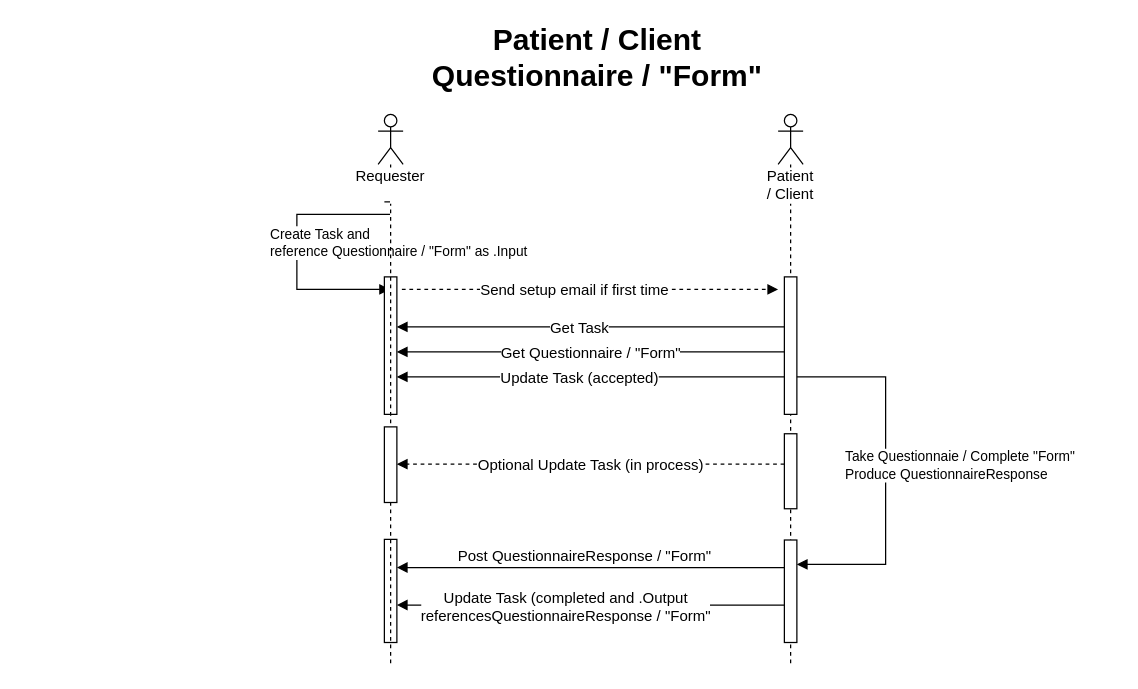
Above: Images Source/PatientQuestionnaire.drawio in HL7/fhir-sdoh-clinicalcare (draw.io), before the change. Source tidied: cells renumbered, new cells numbered last; positions are measured from the earlier drawing's top-left corner, leaving out a move shared by most shapes. Both pictures are drawn from the tidied source at 125%, with x=0, y=0 at pixel (265, 26). Pictures stored in the file or linked from it are replaced by grey dashed boxes.
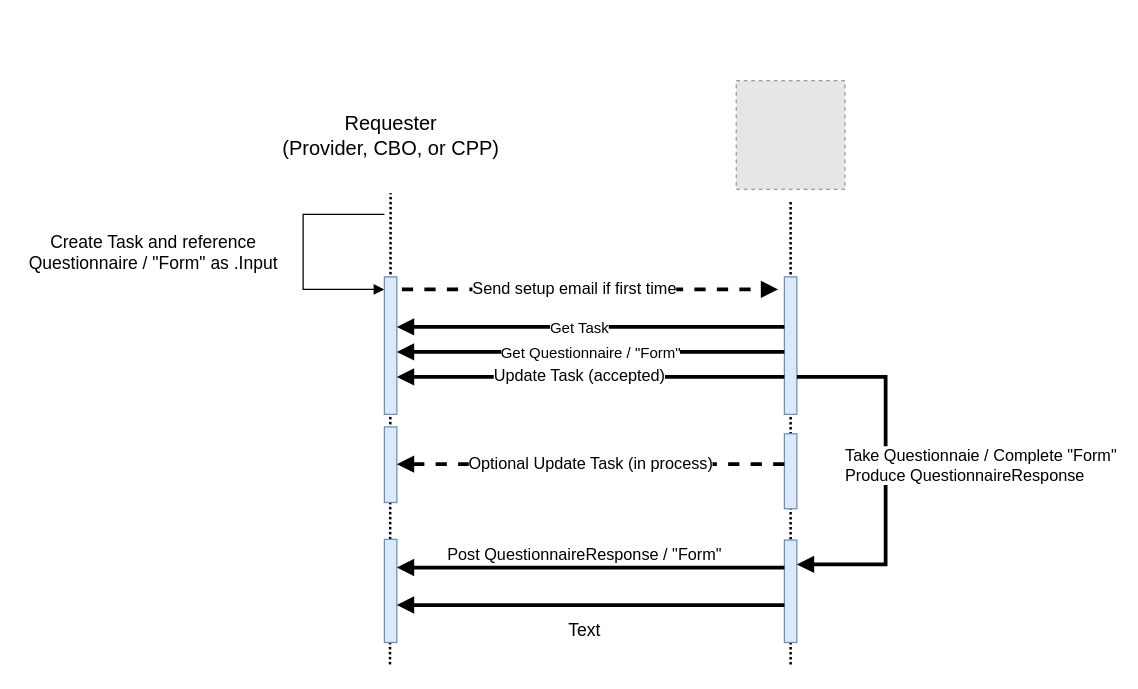
After the change.

The edit, as a diff of the source:
```diff
@@
-    <mxCell id="2" value="Patient / Client" style="shape=umlLifeline;participant=umlActor;perimeter=lifelinePerimeter;whiteSpace=wrap;html=1;verticalAlign=top;spacingTop=36;labelBackgroundColor=#ffffff;" parent="1" vertex="1">
-      <mxGeometry x="410" y="70" width="20" height="440" as="geometry" />
-    </mxCell>
-    <mxCell id="3" value="Patient / Client&lt;br&gt;Questionnaire / &quot;Form&quot;" style="text;strokeColor=none;fillColor=none;html=1;fontSize=24;fontStyle=1;verticalAlign=middle;align=center;" parent="1" vertex="1">
-      <mxGeometry width="530" height="50" as="geometry" />
-    </mxCell>
+    <mxCell id="21" style="endArrow=none;dashed=1;html=1;rounded=0;dashPattern=1 1;labelBackgroundColor=#FFFFFF;fontSize=16;strokeColor=#000000;strokeWidth=2;" parent="1" edge="1">
+      <mxGeometry relative="1" as="geometry">
+        <mxPoint x="420" y="510" as="sourcePoint" />
+        <mxPoint x="420" y="140" as="targetPoint" />
+      </mxGeometry>
+    </mxCell>
+    <mxCell id="22" style="endArrow=none;dashed=1;html=1;rounded=0;dashPattern=1 1;labelBackgroundColor=#FFFFFF;fontSize=16;strokeColor=#000000;strokeWidth=2;" parent="1" edge="1">
+      <mxGeometry relative="1" as="geometry">
+        <mxPoint x="99.5" y="510" as="sourcePoint" />
+        <mxPoint x="100" y="133" as="targetPoint" />
+      </mxGeometry>
+    </mxCell>
-    <mxCell id="4" value="Create Task and&lt;br&gt;reference Questionnaire / &quot;Form&quot; as .Input" style="edgeStyle=orthogonalEdgeStyle;html=1;align=left;spacingLeft=2;endArrow=block;rounded=0;startArrow=none;" parent="1" edge="1" source="14" target="14">
+    <mxCell id="4" style="edgeStyle=orthogonalEdgeStyle;html=1;align=left;spacingLeft=2;endArrow=block;rounded=0;startArrow=none;fontSize=12;" parent="1" edge="1">
       <mxGeometry x="-0.07" y="-25" relative="1" as="geometry">
+        <mxPoint x="95" y="150" as="sourcePoint" />
+        <mxPoint x="95" y="210" as="targetPoint" />
         <Array as="points">
-          <mxPoint x="25" y="150" />
-          <mxPoint x="25" y="210" />
+          <mxPoint x="30" y="150" />
+          <mxPoint x="30" y="210" />
         </Array>
       </mxGeometry>
     </mxCell>
-    <mxCell id="5" style="html=1;perimeter=orthogonalPerimeter;" parent="1" vertex="1">
+    <mxCell id="5" style="html=1;perimeter=orthogonalPerimeter;fillColor=#dae8fc;strokeColor=#6c8ebf;" parent="1" vertex="1">
       <mxGeometry x="95" y="200" width="10" height="110" as="geometry" />
     </mxCell>
-    <mxCell id="6" style="html=1;perimeter=orthogonalPerimeter;" parent="1" vertex="1">
+    <mxCell id="6" style="html=1;perimeter=orthogonalPerimeter;fillColor=#dae8fc;strokeColor=#6c8ebf;" parent="1" vertex="1">
       <mxGeometry x="415" y="200" width="10" height="110" as="geometry" />
     </mxCell>
-    <mxCell id="7" value="&lt;span style=&quot;font-size: 12px&quot;&gt;Send setup email if first time&lt;br&gt;&lt;/span&gt;" style="html=1;verticalAlign=bottom;endArrow=block;dashed=1;" parent="1" edge="1">
+    <mxCell id="7" value="&lt;span style=&quot;font-size: 13px;&quot;&gt;Send setup email if first time&lt;br style=&quot;font-size: 13px;&quot;&gt;&lt;/span&gt;" style="html=1;verticalAlign=bottom;endArrow=block;dashed=1;fontSize=13;strokeWidth=3;" parent="1" edge="1">
       <mxGeometry x="-0.08" y="-10" relative="1" as="geometry">
         <mxPoint x="109" y="210" as="sourcePoint" />
         <mxPoint x="410" y="210" as="targetPoint" />
       </mxGeometry>
     </mxCell>
-    <mxCell id="8" value="&lt;font style=&quot;font-size: 12px&quot;&gt;Get Questionnaire / &quot;Form&quot;&lt;br&gt;&lt;/font&gt;" style="html=1;verticalAlign=bottom;endArrow=block;" parent="1" edge="1">
+    <mxCell id="8" value="&lt;font style=&quot;font-size: 12px&quot;&gt;Get Questionnaire / &quot;Form&quot;&lt;br&gt;&lt;/font&gt;" style="html=1;verticalAlign=bottom;endArrow=block;strokeWidth=3;" parent="1" edge="1">
       <mxGeometry y="10" relative="1" as="geometry">
         <mxPoint x="415" y="260" as="sourcePoint" />
         <mxPoint x="105" y="260" as="targetPoint" />
         <Array as="points">
           <mxPoint x="260" y="260" />
         </Array>
       </mxGeometry>
     </mxCell>
-    <mxCell id="9" value="&lt;font style=&quot;font-size: 12px&quot;&gt;Update Task (accepted)&lt;/font&gt;" style="html=1;verticalAlign=bottom;endArrow=block;" parent="1" edge="1">
+    <mxCell id="9" value="&lt;font style=&quot;font-size: 13px;&quot;&gt;Update Task (accepted)&lt;/font&gt;" style="html=1;verticalAlign=bottom;endArrow=block;fontSize=13;strokeWidth=3;" parent="1" edge="1">
       <mxGeometry x="0.06" y="10" relative="1" as="geometry">
         <mxPoint x="415" y="280" as="sourcePoint" />
         <mxPoint x="105" y="280" as="targetPoint" />
       </mxGeometry>
     </mxCell>
-    <mxCell id="10" style="html=1;perimeter=orthogonalPerimeter;" parent="1" vertex="1">
+    <mxCell id="10" style="html=1;perimeter=orthogonalPerimeter;fillColor=#dae8fc;strokeColor=#6c8ebf;" parent="1" vertex="1">
       <mxGeometry x="415" y="410.5" width="10" height="82" as="geometry" />
     </mxCell>
-    <mxCell id="11" style="html=1;perimeter=orthogonalPerimeter;" parent="1" vertex="1">
+    <mxCell id="11" style="html=1;perimeter=orthogonalPerimeter;fillColor=#dae8fc;strokeColor=#6c8ebf;" parent="1" vertex="1">
       <mxGeometry x="95" y="410" width="10" height="82.5" as="geometry" />
     </mxCell>
-    <mxCell id="12" value="&lt;font style=&quot;font-size: 12px&quot;&gt;Post QuestionnaireResponse / &quot;Form&quot;&lt;/font&gt;" style="html=1;verticalAlign=bottom;endArrow=block;" parent="1" edge="1">
+    <mxCell id="12" value="&lt;font style=&quot;font-size: 13px;&quot;&gt;Post QuestionnaireResponse / &quot;Form&quot;&lt;/font&gt;" style="html=1;verticalAlign=bottom;endArrow=block;fontSize=13;strokeWidth=3;" parent="1" edge="1">
       <mxGeometry x="0.03" relative="1" as="geometry">
         <mxPoint x="415" y="432.5" as="sourcePoint" />
         <mxPoint x="105" y="432.5" as="targetPoint" />
       </mxGeometry>
     </mxCell>
-    <mxCell id="13" value="Take Questionnaie / Complete &quot;Form&quot;&lt;br&gt;Produce QuestionnaireResponse" style="edgeStyle=orthogonalEdgeStyle;html=1;align=left;spacingLeft=2;endArrow=block;rounded=0;" parent="1" edge="1">
+    <mxCell id="13" value="Take Questionnaie / Complete &quot;Form&quot;&lt;br style=&quot;font-size: 13px;&quot;&gt;Produce QuestionnaireResponse" style="edgeStyle=orthogonalEdgeStyle;html=1;align=left;spacingLeft=2;endArrow=block;rounded=0;fontSize=13;strokeWidth=3;" parent="1" edge="1">
       <mxGeometry x="-0.03" y="-36" relative="1" as="geometry">
         <mxPoint x="425" y="280" as="sourcePoint" />
         <mxPoint x="425" y="430" as="targetPoint" />
         <Array as="points">
           <mxPoint x="496" y="280" />
           <mxPoint x="496" y="430" />
           <mxPoint x="425" y="430" />
         </Array>
       </mxGeometry>
     </mxCell>
-    <mxCell id="14" value="&lt;div&gt;Requester&lt;/div&gt;&lt;div&gt;&lt;br&gt;&lt;/div&gt;" style="shape=umlLifeline;participant=umlActor;perimeter=lifelinePerimeter;whiteSpace=wrap;html=1;verticalAlign=top;spacingTop=36;labelBackgroundColor=#ffffff;outlineConnect=0;align=center;" parent="1" vertex="1">
-      <mxGeometry x="90" y="70" width="20" height="440" as="geometry" />
-    </mxCell>
-    <mxCell id="15" style="edgeStyle=orthogonalEdgeStyle;html=1;align=left;spacingLeft=2;endArrow=none;rounded=0;" parent="1" edge="1" target="14">
-      <mxGeometry x="0.05" y="-20" relative="1" as="geometry">
-        <mxPoint x="95" y="140" as="sourcePoint" />
-        <Array as="points">
-          <mxPoint x="95" y="150" />
-        </Array>
-      </mxGeometry>
-    </mxCell>
-    <mxCell id="16" value="&lt;font style=&quot;font-size: 12px&quot;&gt;Get Task&lt;br&gt;&lt;/font&gt;" style="html=1;verticalAlign=bottom;endArrow=block;" parent="1" edge="1">
+    <mxCell id="16" value="&lt;font style=&quot;font-size: 12px&quot;&gt;Get Task&lt;br&gt;&lt;/font&gt;" style="html=1;verticalAlign=bottom;endArrow=block;strokeWidth=3;" parent="1" edge="1">
       <mxGeometry x="0.06" y="10" relative="1" as="geometry">
         <mxPoint x="415" y="240" as="sourcePoint" />
         <mxPoint x="105" y="240" as="targetPoint" />
       </mxGeometry>
     </mxCell>
-    <mxCell id="17" style="html=1;perimeter=orthogonalPerimeter;" parent="1" vertex="1">
+    <mxCell id="17" style="html=1;perimeter=orthogonalPerimeter;fillColor=#dae8fc;strokeColor=#6c8ebf;" parent="1" vertex="1">
       <mxGeometry x="415" y="325.5" width="10" height="60" as="geometry" />
     </mxCell>
-    <mxCell id="18" style="html=1;perimeter=orthogonalPerimeter;" parent="1" vertex="1">
+    <mxCell id="18" style="html=1;perimeter=orthogonalPerimeter;fillColor=#dae8fc;strokeColor=#6c8ebf;" parent="1" vertex="1">
       <mxGeometry x="95" y="320" width="10" height="60.5" as="geometry" />
     </mxCell>
-    <mxCell id="19" value="&lt;font style=&quot;font-size: 12px&quot;&gt;Optional Update Task (in process)&lt;/font&gt;" style="html=1;verticalAlign=bottom;endArrow=block;dashed=1;" parent="1" edge="1">
+    <mxCell id="19" value="&lt;font style=&quot;font-size: 13px;&quot;&gt;Optional Update Task (in process)&lt;/font&gt;" style="html=1;verticalAlign=bottom;endArrow=block;dashed=1;fontSize=13;strokeWidth=3;" parent="1" edge="1">
       <mxGeometry y="10" relative="1" as="geometry">
         <mxPoint x="415" y="349.8" as="sourcePoint" />
         <mxPoint x="105" y="349.8" as="targetPoint" />
       </mxGeometry>
     </mxCell>
-    <mxCell id="20" value="&lt;font style=&quot;font-size: 12px&quot;&gt;Update Task (completed and .Output &lt;br&gt;referencesQuestionnaireResponse / &quot;Form&quot;&lt;br&gt;&lt;/font&gt;" style="html=1;verticalAlign=bottom;endArrow=block;" parent="1" edge="1">
-      <mxGeometry x="0.13" y="18" relative="1" as="geometry">
+    <mxCell id="20" value="&lt;font style=&quot;font-size: 13px;&quot;&gt;&lt;br style=&quot;font-size: 13px;&quot;&gt;&lt;/font&gt;" style="html=1;verticalAlign=bottom;endArrow=block;fontSize=13;strokeWidth=3;" parent="1" edge="1">
+      <mxGeometry x="0.03" y="31" relative="1" as="geometry">
         <mxPoint x="415" y="462.5" as="sourcePoint" />
         <mxPoint x="105" y="462.5" as="targetPoint" />
       </mxGeometry>
     </mxCell>
+    <mxCell id="23" value="Requester &lt;br&gt;(Provider, CBO, or CPP)" style="text;html=1;align=center;verticalAlign=middle;strokeColor=none;fillColor=none;fontSize=16;" parent="1" vertex="1">
+      <mxGeometry x="5" y="66.5" width="190" height="40" as="geometry" />
+    </mxCell>
+    <mxCell id="24" style="fillColor=#E6E6E6;strokeColor=#999999;dashed=1;" parent="1" vertex="1">
+      <mxGeometry x="376.5" y="43" width="87" height="87" as="geometry" />
+    </mxCell>
+    <mxCell id="25" value="&lt;span style=&quot;font-size: 14px; text-align: left; background-color: rgb(255, 255, 255);&quot;&gt;Create Task and reference&lt;/span&gt;&lt;br style=&quot;font-size: 14px; text-align: left;&quot;&gt;&lt;span style=&quot;font-size: 14px; text-align: left; background-color: rgb(255, 255, 255);&quot;&gt;Questionnaire / &quot;Form&quot; as .Input&lt;/span&gt;" style="text;html=1;align=center;verticalAlign=middle;strokeColor=none;fillColor=none;fontSize=14;" parent="1" vertex="1">
+      <mxGeometry x="-195" y="160" width="210" height="40" as="geometry" />
+    </mxCell>
+    <mxCell id="26" value="Text" style="text;html=1;align=center;verticalAlign=middle;strokeColor=none;fillColor=none;fontSize=14;" parent="1" vertex="1">
+      <mxGeometry x="235" y="473" width="40" height="20" as="geometry" />
+    </mxCell>
```
